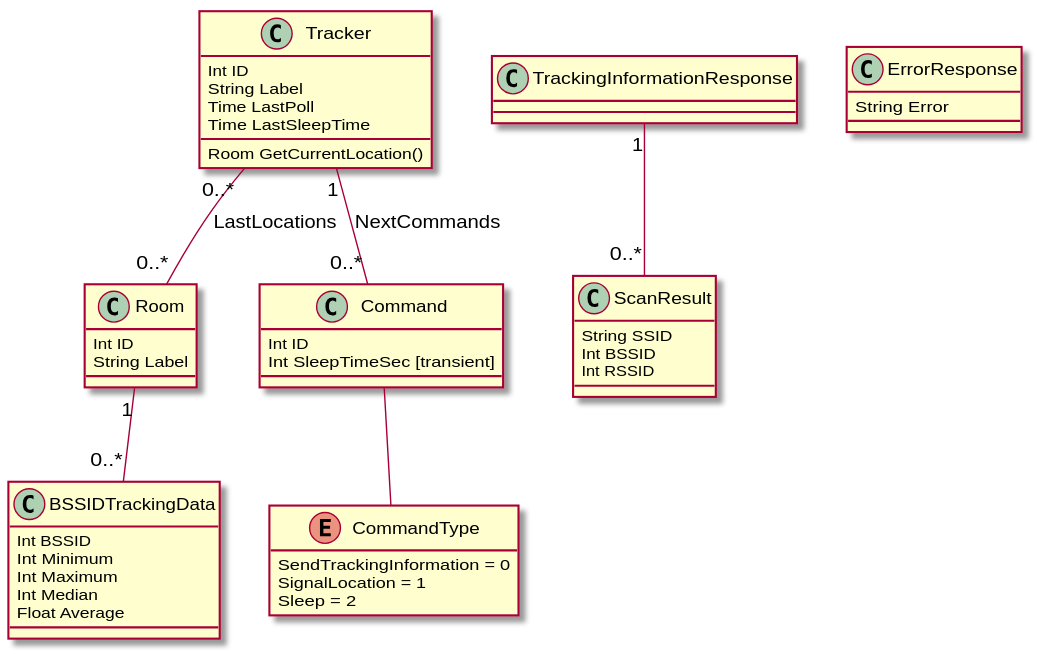
Earlier version of the PlantUML export paper/images/uml.svg (glidingthroughspace/paper-tracker). Source of this version:
```plantuml
@startuml
class Tracker {
	Int ID
	String Label
	Room GetCurrentLocation()
    Time LastPoll
    Time LastSleepTime
}

class Room {
	Int ID
    String Label
}

class Command {
	Int ID
    Int SleepTimeSec [transient]
}

enum CommandType {
	SendTrackingInformation = 0
    SignalLocation = 1
    Sleep = 2
}
hide CommandType methods

class BSSIDTrackingData {
    Int BSSID
	Int Minimum
    Int Maximum
    Int Median
    Float Average
}

class TrackingInformationResponse {
}

class ScanResult {
	String SSID
    Int BSSID
    Int RSSID
}

class ErrorResponse {
	String Error
}

Tracker "0..*" -- "0..*" Room : LastLocations
Tracker "1" -- "0..*" Command : NextCommands

Command -- CommandType


Room "1" -- "0..*" BSSIDTrackingData

TrackingInformationResponse "1" -- "0..*" ScanResult
@enduml
```
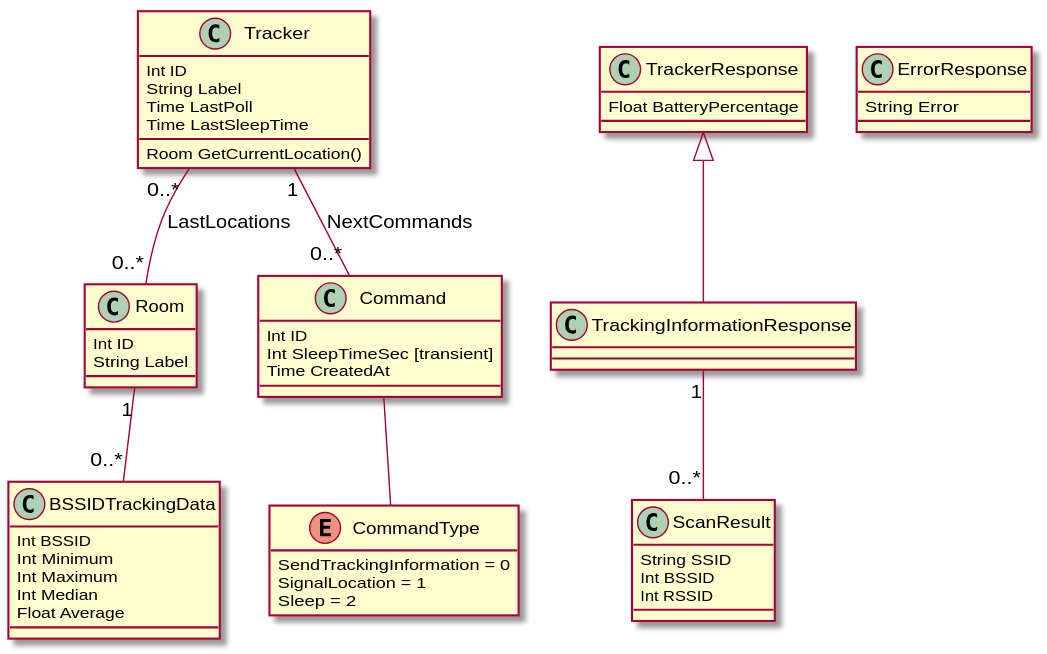
After the change.

The edit, as a diff of the source:
```diff
@@ -15,6 +15,7 @@
 class Command {
 	Int ID
     Int SleepTimeSec [transient]
+    Time CreatedAt
 }
 
 enum CommandType {
@@ -30,6 +31,10 @@
     Int Maximum
     Int Median
     Float Average
+}
+
+class TrackerResponse {
+	Float BatteryPercentage
 }
 
 class TrackingInformationResponse {
@@ -53,5 +58,6 @@
 
 Room "1" -- "0..*" BSSIDTrackingData
 
+TrackerResponse <|-- TrackingInformationResponse
 TrackingInformationResponse "1" -- "0..*" ScanResult
 @enduml
```
